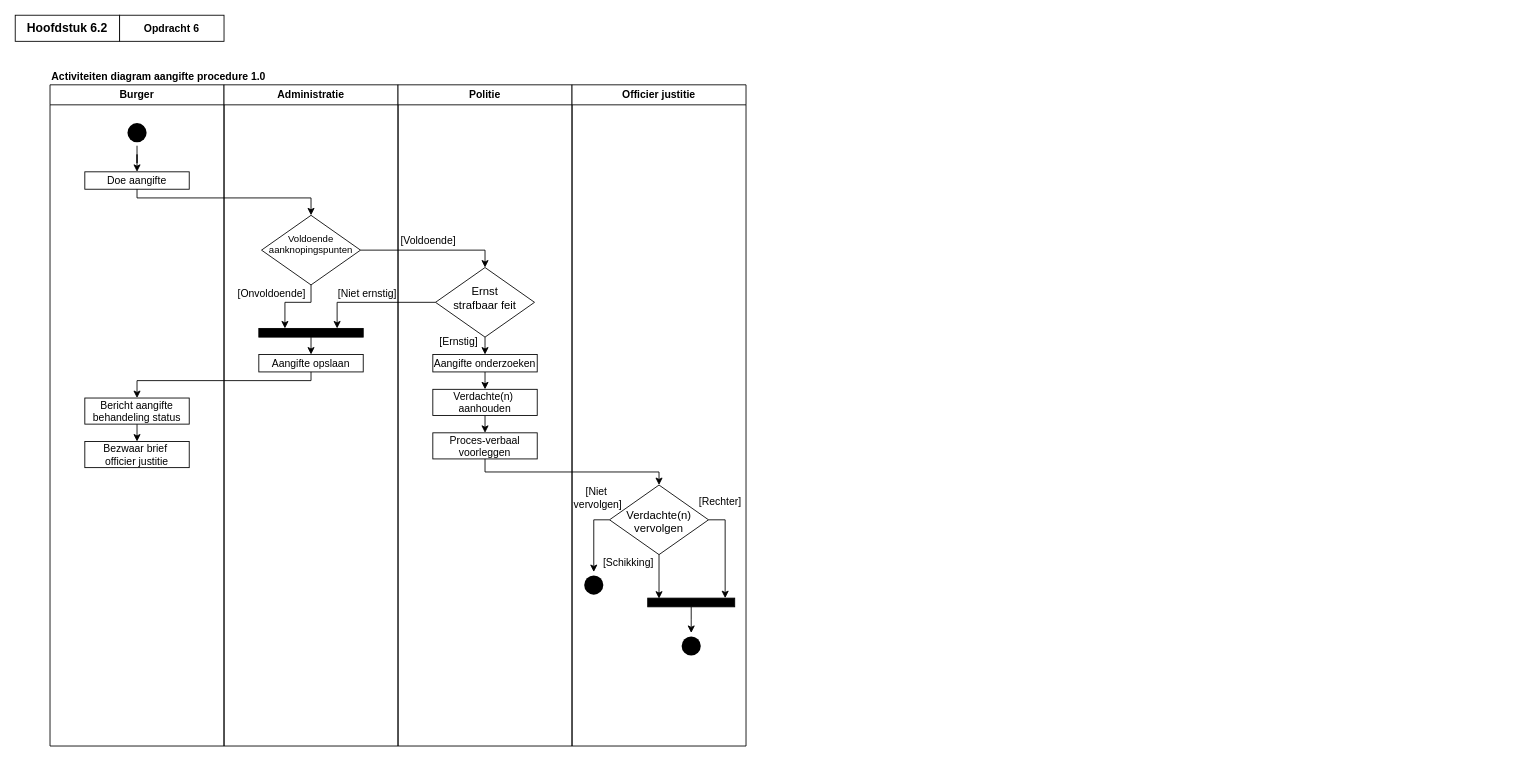
The draw.io diagram page "Opdracht6" (4 of 4) of ActivityDiagramHealthclinic.drawio in EMB20/Procesanalyse, before the edit. Source tidied: cells renumbered, new cells numbered last; positions are measured from the earlier drawing's top-left corner, leaving out a move shared by most shapes. Both pictures are drawn from the tidied source at 87%, with x=0, y=0 at pixel (15, 15).
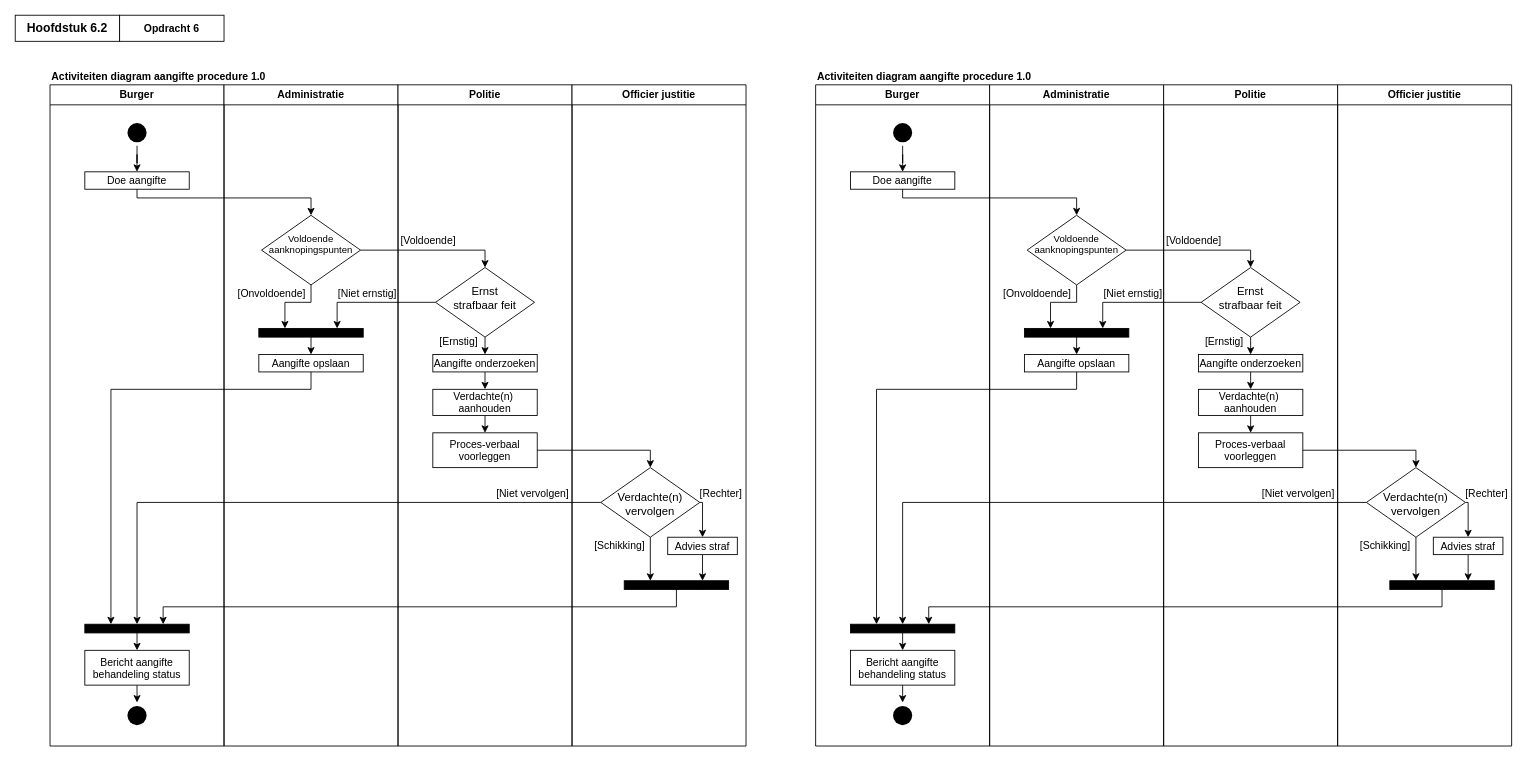
After the change.

The change refers to these unchanged cells:
```xml
<mxCell id="2" value="Burger" style="swimlane;whiteSpace=wrap;html=1;" parent="1" vertex="1">
  <mxGeometry x="40" y="80" width="200" height="760" as="geometry" />
</mxCell>
<mxCell id="10" value="Aangifte opslaan" parent="9" vertex="1">
  <mxGeometry x="40" y="310" width="120" height="20" as="geometry" />
</mxCell>
<mxCell id="21" value="Politie" style="swimlane;whiteSpace=wrap;html=1;startSize=23;" parent="1" vertex="1">
  <mxGeometry x="440" y="80" width="200" height="760" as="geometry" />
</mxCell>
<mxCell id="32" value="Officier justitie" style="swimlane;whiteSpace=wrap;html=1;startSize=23;" parent="1" vertex="1">
  <mxGeometry x="640" y="80" width="200" height="760" as="geometry" />
</mxCell>
```

What changed in the source:
```diff
@@
-    <mxCell id="3" value="Bezwaar brief &#10;officier justitie" parent="2" vertex="1">
-      <mxGeometry x="40" y="410" width="120" height="30" as="geometry" />
-    </mxCell>
@@
-    <mxCell id="7" style="edgeStyle=none;rounded=0;jettySize=auto;html=1;entryX=0.5;entryY=0;entryDx=0;entryDy=0;" parent="2" edge="1" source="8" target="3">
-      <mxGeometry relative="1" as="geometry" />
-    </mxCell>
+    <mxCell id="47" style="edgeStyle=none;rounded=0;jettySize=auto;html=1;entryX=0.5;entryY=0;entryDx=0;entryDy=0;elbow=vertical;" parent="2" edge="1" source="8" target="50">
+      <mxGeometry relative="1" as="geometry" />
+    </mxCell>
     <mxCell id="8" value="Bericht aangifte&#10;behandeling status" parent="2" vertex="1">
-      <mxGeometry x="40" y="360" width="120" height="30" as="geometry" />
+      <mxGeometry x="40" y="650" width="120" height="40" as="geometry" />
     </mxCell>
+    <mxCell id="48" style="edgeStyle=none;rounded=0;jettySize=auto;html=1;entryX=0.5;entryY=0;entryDx=0;entryDy=0;elbow=vertical;" parent="2" edge="1" source="49" target="8">
+      <mxGeometry relative="1" as="geometry" />
+    </mxCell>
+    <mxCell id="49" style="rounded=0;whiteSpace=wrap;html=1;fillColor=#000000;" parent="2" vertex="1">
+      <mxGeometry x="40" y="620" width="120" height="10" as="geometry" />
+    </mxCell>
+    <mxCell id="50" style="ellipse;shape=startState;fillColor=#000000;strokeColor=none;" parent="2" vertex="1">
+      <mxGeometry x="85" y="710" width="30" height="30" as="geometry" />
+    </mxCell>
@@
     <mxCell id="25" value="Proces-verbaal&#10;voorleggen" parent="21" vertex="1">
-      <mxGeometry x="40" y="400" width="120" height="30" as="geometry" />
+      <mxGeometry x="40" y="400" width="120" height="40" as="geometry" />
     </mxCell>
@@
+    <mxCell id="35" value="[Niet&amp;nbsp;&lt;span style=&quot;background-color: initial;&quot;&gt;vervolgen]&lt;/span&gt;" style="text;html=1;align=center;verticalAlign=middle;whiteSpace=wrap;rounded=0;" parent="21" vertex="1">
+      <mxGeometry x="110" y="460" width="90" height="20" as="geometry" />
+    </mxCell>
@@
-    <mxCell id="33" style="rounded=0;jettySize=auto;elbow=vertical;html=1;exitX=0;exitY=0.5;exitDx=0;exitDy=0;entryX=0.5;entryY=0;entryDx=0;entryDy=0;" parent="32" edge="1" source="34" target="37">
-      <mxGeometry relative="1" as="geometry">
-        <Array as="points">
-          <mxPoint x="25" y="500" />
-        </Array>
-      </mxGeometry>
-    </mxCell>
+    <mxCell id="51" style="edgeStyle=none;rounded=0;jettySize=auto;html=1;exitX=1;exitY=0.5;exitDx=0;exitDy=0;entryX=0.5;entryY=0;entryDx=0;entryDy=0;elbow=vertical;" parent="32" edge="1" source="34" target="53">
+      <mxGeometry relative="1" as="geometry">
+        <Array as="points">
+          <mxPoint x="150" y="480" />
+        </Array>
+      </mxGeometry>
+    </mxCell>
     <mxCell id="34" value="Verdachte(n)&#10;vervolgen" style="rhombus;fillColor=default;strokeColor=default;shadow=0;fontSize=13;spacingBottom=0;spacingTop=3;" parent="32" vertex="1">
-      <mxGeometry x="43.1" y="460" width="113.8" height="80" as="geometry" />
+      <mxGeometry x="33.1" y="440" width="113.8" height="80" as="geometry" />
     </mxCell>
-    <mxCell id="35" value="[Niet&amp;nbsp;&lt;div&gt;vervolgen]&lt;/div&gt;" style="text;html=1;align=center;verticalAlign=middle;whiteSpace=wrap;rounded=0;" parent="32" vertex="1">
-      <mxGeometry y="460" width="60" height="30" as="geometry" />
-    </mxCell>
     <mxCell id="36" value="[Schikking&lt;span style=&quot;background-color: initial;&quot;&gt;]&lt;/span&gt;" style="text;html=1;align=center;verticalAlign=middle;whiteSpace=wrap;rounded=0;" parent="32" vertex="1">
-      <mxGeometry x="30" y="540" width="70" height="20" as="geometry" />
+      <mxGeometry x="20" y="520" width="70" height="20" as="geometry" />
     </mxCell>
-    <mxCell id="37" style="ellipse;shape=startState;fillColor=#000000;strokeColor=none;" parent="32" vertex="1">
-      <mxGeometry x="10" y="560" width="30" height="30" as="geometry" />
-    </mxCell>
     <mxCell id="38" value="[Rechter&lt;span style=&quot;background-color: initial;&quot;&gt;]&lt;/span&gt;" style="text;html=1;align=center;verticalAlign=middle;whiteSpace=wrap;rounded=0;" parent="32" vertex="1">
-      <mxGeometry x="142" y="470" width="57" height="20" as="geometry" />
+      <mxGeometry x="143" y="460" width="57" height="20" as="geometry" />
     </mxCell>
-    <mxCell id="39" style="ellipse;shape=startState;fillColor=#000000;strokeColor=none;" parent="32" vertex="1">
-      <mxGeometry x="122" y="630" width="30" height="30" as="geometry" />
-    </mxCell>
-    <mxCell id="40" style="edgeStyle=elbowEdgeStyle;rounded=0;jettySize=auto;elbow=vertical;html=1;entryX=0.5;entryY=0;entryDx=0;entryDy=0;" parent="32" edge="1" source="41" target="39">
-      <mxGeometry relative="1" as="geometry" />
-    </mxCell>
-    <mxCell id="41" style="rounded=0;whiteSpace=wrap;html=1;fillColor=#000000;points=[[0,0,0,0,0],[0,0.25,0,0,0],[0,0.5,0,0,0],[0,0.75,0,0,0],[0,1,0,0,0],[0.11,0,0,0,0],[0.11,1,0,0,0],[0.22,0,0,0,0],[0.22,1,0,0,0],[0.25,0,0,0,0],[0.25,1,0,0,0],[0.33,0,0,0,0],[0.33,1,0,0,0],[0.44,0,0,0,0],[0.44,1,0,0,0],[0.5,0,0,0,0],[0.5,1,0,0,0],[0.56,0,0,0,0],[0.56,1,0,0,0],[0.67,0,0,0,0],[0.67,1,0,0,0],[0.75,0,0,0,0],[0.75,1,0,0,0],[0.78,0,0,0,0],[0.78,1,0,0,0],[0.89,0,0,0,0],[0.89,1,0,0,0],[1,0,0,0,0],[1,0.25,0,0,0],[1,0.5,0,0,0],[1,0.75,0,0,0],[1,1,0,0,0]];" parent="32" vertex="1">
-      <mxGeometry x="87" y="590" width="100" height="10" as="geometry" />
-    </mxCell>
-    <mxCell id="42" style="edgeStyle=none;rounded=0;jettySize=auto;html=1;exitX=1;exitY=0.5;exitDx=0;exitDy=0;entryX=0.89;entryY=0;entryDx=0;entryDy=0;entryPerimeter=0;elbow=vertical;" parent="32" edge="1" source="34" target="41">
-      <mxGeometry relative="1" as="geometry">
-        <Array as="points">
-          <mxPoint x="176" y="500" />
-        </Array>
-      </mxGeometry>
-    </mxCell>
-    <mxCell id="43" style="edgeStyle=none;rounded=0;jettySize=auto;html=1;exitX=0.5;exitY=1;exitDx=0;exitDy=0;entryX=0.13;entryY=0.058;entryDx=0;entryDy=0;entryPerimeter=0;elbow=vertical;" parent="32" edge="1" source="34" target="41">
+    <mxCell id="43" style="edgeStyle=none;rounded=0;jettySize=auto;html=1;exitX=0.5;exitY=1;exitDx=0;exitDy=0;elbow=vertical;entryX=0.25;entryY=0;entryDx=0;entryDy=0;" parent="32" edge="1" source="34" target="54">
       <mxGeometry relative="1" as="geometry" />
     </mxCell>
-    <mxCell id="44" style="edgeStyle=elbowEdgeStyle;rounded=0;jettySize=auto;html=1;entryX=0.5;entryY=0;entryDx=0;entryDy=0;elbow=vertical;" parent="1" edge="1" source="10" target="8">
-      <mxGeometry relative="1" as="geometry">
-        <Array as="points">
-          <mxPoint x="240" y="420" />
-        </Array>
-      </mxGeometry>
-    </mxCell>
+    <mxCell id="52" style="edgeStyle=none;rounded=0;jettySize=auto;html=1;entryX=0.75;entryY=0;entryDx=0;entryDy=0;elbow=vertical;" parent="32" edge="1" source="53" target="54">
+      <mxGeometry relative="1" as="geometry" />
+    </mxCell>
+    <mxCell id="53" value="Advies straf" parent="32" vertex="1">
+      <mxGeometry x="110" y="520" width="80" height="20" as="geometry" />
+    </mxCell>
+    <mxCell id="54" style="rounded=0;whiteSpace=wrap;html=1;fillColor=#000000;" parent="32" vertex="1">
+      <mxGeometry x="60" y="570" width="120" height="10" as="geometry" />
+    </mxCell>
+    <mxCell id="55" style="edgeStyle=none;rounded=0;orthogonalLoop=1;jettySize=auto;html=1;exitX=0.75;exitY=1;exitDx=0;exitDy=0;entryX=0.75;entryY=0;entryDx=0;entryDy=0;elbow=vertical;" parent="32" edge="1" source="54" target="54">
+      <mxGeometry relative="1" as="geometry" />
+    </mxCell>
@@
     <mxCell id="46" style="edgeStyle=elbowEdgeStyle;rounded=0;jettySize=auto;elbow=vertical;html=1;entryX=0.5;entryY=0;entryDx=0;entryDy=0;" parent="1" edge="1" source="25" target="34">
-      <mxGeometry relative="1" as="geometry" />
+      <mxGeometry relative="1" as="geometry">
+        <Array as="points">
+          <mxPoint x="640" y="500" />
+        </Array>
+      </mxGeometry>
     </mxCell>
+    <mxCell id="56" style="edgeStyle=none;rounded=0;jettySize=auto;html=1;exitX=0;exitY=0.5;exitDx=0;exitDy=0;entryX=0.5;entryY=0;entryDx=0;entryDy=0;elbow=vertical;" parent="1" edge="1" source="34" target="49">
+      <mxGeometry relative="1" as="geometry">
+        <Array as="points">
+          <mxPoint x="140" y="560" />
+        </Array>
+      </mxGeometry>
+    </mxCell>
+    <mxCell id="57" style="edgeStyle=none;rounded=0;jettySize=auto;html=1;exitX=0.5;exitY=1;exitDx=0;exitDy=0;entryX=0.75;entryY=0;entryDx=0;entryDy=0;elbow=vertical;" parent="1" edge="1" source="54" target="49">
+      <mxGeometry relative="1" as="geometry">
+        <Array as="points">
+          <mxPoint x="760" y="680" />
+          <mxPoint x="170" y="680" />
+        </Array>
+      </mxGeometry>
+    </mxCell>
+    <mxCell id="58" style="edgeStyle=none;rounded=0;jettySize=auto;html=1;exitX=0.5;exitY=1;exitDx=0;exitDy=0;entryX=0.25;entryY=0;entryDx=0;entryDy=0;elbow=vertical;" parent="1" edge="1" source="10" target="49">
+      <mxGeometry relative="1" as="geometry">
+        <Array as="points">
+          <mxPoint x="340" y="430" />
+          <mxPoint x="110" y="430" />
+        </Array>
+      </mxGeometry>
+    </mxCell>
+    <mxCell id="59" value="Burger" style="swimlane;whiteSpace=wrap;html=1;" parent="1" vertex="1">
+      <mxGeometry x="920" y="80" width="200" height="760" as="geometry" />
+    </mxCell>
+    <mxCell id="60" style="edgeStyle=orthogonalEdgeStyle;rounded=0;jettySize=auto;html=1;entryX=0.5;entryY=0;entryDx=0;entryDy=0;" parent="59" edge="1" source="61" target="62">
+      <mxGeometry relative="1" as="geometry" />
+    </mxCell>
+    <mxCell id="61" style="ellipse;shape=startState;fillColor=#000000;strokeColor=none;" parent="59" vertex="1">
+      <mxGeometry x="85" y="40" width="30" height="30" as="geometry" />
+    </mxCell>
+    <mxCell id="62" value="Doe aangifte" parent="59" vertex="1">
+      <mxGeometry x="40" y="100" width="120" height="20" as="geometry" />
+    </mxCell>
+    <mxCell id="63" style="edgeStyle=none;rounded=0;jettySize=auto;html=1;entryX=0.5;entryY=0;entryDx=0;entryDy=0;elbow=vertical;" parent="59" edge="1" source="64" target="67">
+      <mxGeometry relative="1" as="geometry" />
+    </mxCell>
+    <mxCell id="64" value="Bericht aangifte&#10;behandeling status" parent="59" vertex="1">
+      <mxGeometry x="40" y="650" width="120" height="40" as="geometry" />
+    </mxCell>
+    <mxCell id="65" style="edgeStyle=none;rounded=0;jettySize=auto;html=1;entryX=0.5;entryY=0;entryDx=0;entryDy=0;elbow=vertical;" parent="59" edge="1" source="66" target="64">
+      <mxGeometry relative="1" as="geometry" />
+    </mxCell>
+    <mxCell id="66" style="rounded=0;whiteSpace=wrap;html=1;fillColor=#000000;" parent="59" vertex="1">
+      <mxGeometry x="40" y="620" width="120" height="10" as="geometry" />
+    </mxCell>
+    <mxCell id="67" style="ellipse;shape=startState;fillColor=#000000;strokeColor=none;" parent="59" vertex="1">
+      <mxGeometry x="85" y="710" width="30" height="30" as="geometry" />
+    </mxCell>
+    <mxCell id="68" value="Administratie" style="swimlane;whiteSpace=wrap;html=1;" parent="1" vertex="1">
+      <mxGeometry x="1120" y="80" width="200" height="760" as="geometry" />
+    </mxCell>
+    <mxCell id="69" value="Aangifte opslaan" parent="68" vertex="1">
+      <mxGeometry x="40" y="310" width="120" height="20" as="geometry" />
+    </mxCell>
+    <mxCell id="70" value="Voldoende&#10;aanknopingspunten" style="rhombus;fillColor=default;strokeColor=default;shadow=0;fontSize=11;spacingBottom=14;" parent="68" vertex="1">
+      <mxGeometry x="43.1" y="150" width="113.8" height="80" as="geometry" />
+    </mxCell>
+    <mxCell id="71" style="edgeStyle=orthogonalEdgeStyle;rounded=0;jettySize=auto;html=1;exitX=0.5;exitY=1;exitDx=0;exitDy=0;entryX=0.25;entryY=0;entryDx=0;entryDy=0;" parent="68" edge="1" source="70" target="74">
+      <mxGeometry relative="1" as="geometry">
+        <Array as="points">
+          <mxPoint x="100" y="250" />
+          <mxPoint x="70" y="250" />
+        </Array>
+      </mxGeometry>
+    </mxCell>
+    <mxCell id="72" value="[Onvoldoende]" style="text;html=1;align=center;verticalAlign=middle;whiteSpace=wrap;rounded=0;" parent="68" vertex="1">
+      <mxGeometry x="10" y="230" width="90" height="20" as="geometry" />
+    </mxCell>
+    <mxCell id="73" style="edgeStyle=none;rounded=0;jettySize=auto;html=1;exitX=0.5;exitY=1;exitDx=0;exitDy=0;entryX=0.5;entryY=0;entryDx=0;entryDy=0;" parent="68" edge="1" source="74" target="69">
+      <mxGeometry relative="1" as="geometry" />
+    </mxCell>
+    <mxCell id="74" style="rounded=0;whiteSpace=wrap;html=1;fillColor=#000000;" parent="68" vertex="1">
+      <mxGeometry x="40" y="280" width="120" height="10" as="geometry" />
+    </mxCell>
+    <mxCell id="75" value="[Niet ernstig]" style="text;html=1;align=center;verticalAlign=middle;whiteSpace=wrap;rounded=0;" parent="68" vertex="1">
+      <mxGeometry x="130" y="230" width="70" height="20" as="geometry" />
+    </mxCell>
+    <mxCell id="76" value="Ernst&#10;strafbaar feit" style="rhombus;fillColor=default;strokeColor=default;shadow=0;fontSize=13;spacingBottom=10;" parent="68" vertex="1">
+      <mxGeometry x="243.1" y="210" width="113.8" height="80" as="geometry" />
+    </mxCell>
+    <mxCell id="77" value="[Voldoende]" style="text;html=1;align=center;verticalAlign=middle;whiteSpace=wrap;rounded=0;" parent="68" vertex="1">
+      <mxGeometry x="200" y="170" width="70" height="20" as="geometry" />
+    </mxCell>
+    <mxCell id="78" style="edgeStyle=none;rounded=0;jettySize=auto;html=1;exitX=0;exitY=0.5;exitDx=0;exitDy=0;entryX=0.75;entryY=0;entryDx=0;entryDy=0;" parent="68" edge="1" source="76" target="74">
+      <mxGeometry relative="1" as="geometry">
+        <Array as="points">
+          <mxPoint x="130" y="250" />
+          <mxPoint x="130" y="280" />
+        </Array>
+      </mxGeometry>
+    </mxCell>
+    <mxCell id="79" style="rounded=0;jettySize=auto;html=1;exitX=1;exitY=0.5;exitDx=0;exitDy=0;entryX=0.5;entryY=0;entryDx=0;entryDy=0;" parent="68" edge="1" source="70" target="76">
+      <mxGeometry relative="1" as="geometry">
+        <Array as="points">
+          <mxPoint x="300" y="190" />
+        </Array>
+      </mxGeometry>
+    </mxCell>
+    <mxCell id="80" value="Politie" style="swimlane;whiteSpace=wrap;html=1;startSize=23;" parent="1" vertex="1">
+      <mxGeometry x="1320" y="80" width="200" height="760" as="geometry" />
+    </mxCell>
+    <mxCell id="81" style="edgeStyle=elbowEdgeStyle;rounded=0;jettySize=auto;elbow=vertical;html=1;exitX=0.5;exitY=1;exitDx=0;exitDy=0;entryX=0.5;entryY=0;entryDx=0;entryDy=0;" parent="80" edge="1" source="82" target="86">
+      <mxGeometry relative="1" as="geometry" />
+    </mxCell>
+    <mxCell id="82" value="Aangifte onderzoeken" parent="80" vertex="1">
+      <mxGeometry x="40" y="310" width="120" height="20" as="geometry" />
+    </mxCell>
+    <mxCell id="83" value="[Ernstig]" style="text;html=1;align=center;verticalAlign=middle;whiteSpace=wrap;rounded=0;" parent="80" vertex="1">
+      <mxGeometry x="40" y="290" width="60" height="10" as="geometry" />
+    </mxCell>
+    <mxCell id="84" value="Proces-verbaal&#10;voorleggen" parent="80" vertex="1">
+      <mxGeometry x="40" y="400" width="120" height="40" as="geometry" />
+    </mxCell>
+    <mxCell id="85" style="edgeStyle=elbowEdgeStyle;rounded=0;jettySize=auto;elbow=vertical;html=1;exitX=0.5;exitY=1;exitDx=0;exitDy=0;entryX=0.5;entryY=0;entryDx=0;entryDy=0;" parent="80" edge="1" source="86" target="84">
+      <mxGeometry relative="1" as="geometry" />
+    </mxCell>
+    <mxCell id="86" value="Verdachte(n) &#10;aanhouden" parent="80" vertex="1">
+      <mxGeometry x="40" y="350" width="120" height="30" as="geometry" />
+    </mxCell>
+    <mxCell id="87" value="[Niet&amp;nbsp;&lt;span style=&quot;background-color: initial;&quot;&gt;vervolgen]&lt;/span&gt;" style="text;html=1;align=center;verticalAlign=middle;whiteSpace=wrap;rounded=0;" parent="80" vertex="1">
+      <mxGeometry x="110" y="460" width="90" height="20" as="geometry" />
+    </mxCell>
+    <mxCell id="88" value="&lt;font style=&quot;font-size: 12px;&quot;&gt;Activiteiten diagram aangifte procedure 1.0&lt;/font&gt;" style="text;html=1;align=left;verticalAlign=middle;whiteSpace=wrap;rounded=0;fontStyle=1;fontSize=14;" parent="1" vertex="1">
+      <mxGeometry x="920" y="60" width="300" height="20" as="geometry" />
+    </mxCell>
+    <mxCell id="89" style="edgeStyle=orthogonalEdgeStyle;rounded=0;jettySize=auto;html=1;entryX=0.5;entryY=0;entryDx=0;entryDy=0;" parent="1" edge="1" source="62" target="70">
+      <mxGeometry relative="1" as="geometry">
+        <Array as="points">
+          <mxPoint x="1020" y="210" />
+          <mxPoint x="1220" y="210" />
+        </Array>
+      </mxGeometry>
+    </mxCell>
+    <mxCell id="90" value="Officier justitie" style="swimlane;whiteSpace=wrap;html=1;startSize=23;" parent="1" vertex="1">
+      <mxGeometry x="1520" y="80" width="200" height="760" as="geometry" />
+    </mxCell>
+    <mxCell id="91" style="edgeStyle=none;rounded=0;jettySize=auto;html=1;exitX=1;exitY=0.5;exitDx=0;exitDy=0;entryX=0.5;entryY=0;entryDx=0;entryDy=0;elbow=vertical;" parent="90" edge="1" source="92" target="97">
+      <mxGeometry relative="1" as="geometry">
+        <Array as="points">
+          <mxPoint x="150" y="480" />
+        </Array>
+      </mxGeometry>
+    </mxCell>
+    <mxCell id="92" value="Verdachte(n)&#10;vervolgen" style="rhombus;fillColor=default;strokeColor=default;shadow=0;fontSize=13;spacingBottom=0;spacingTop=3;" parent="90" vertex="1">
+      <mxGeometry x="33.1" y="440" width="113.8" height="80" as="geometry" />
+    </mxCell>
+    <mxCell id="93" value="[Schikking&lt;span style=&quot;background-color: initial;&quot;&gt;]&lt;/span&gt;" style="text;html=1;align=center;verticalAlign=middle;whiteSpace=wrap;rounded=0;" parent="90" vertex="1">
+      <mxGeometry x="20" y="520" width="70" height="20" as="geometry" />
+    </mxCell>
+    <mxCell id="94" value="[Rechter&lt;span style=&quot;background-color: initial;&quot;&gt;]&lt;/span&gt;" style="text;html=1;align=center;verticalAlign=middle;whiteSpace=wrap;rounded=0;" parent="90" vertex="1">
+      <mxGeometry x="143" y="460" width="57" height="20" as="geometry" />
+    </mxCell>
+    <mxCell id="95" style="edgeStyle=none;rounded=0;jettySize=auto;html=1;exitX=0.5;exitY=1;exitDx=0;exitDy=0;elbow=vertical;entryX=0.25;entryY=0;entryDx=0;entryDy=0;" parent="90" edge="1" source="92" target="98">
+      <mxGeometry relative="1" as="geometry" />
+    </mxCell>
+    <mxCell id="96" style="edgeStyle=none;rounded=0;jettySize=auto;html=1;entryX=0.75;entryY=0;entryDx=0;entryDy=0;elbow=vertical;" parent="90" edge="1" source="97" target="98">
+      <mxGeometry relative="1" as="geometry" />
+    </mxCell>
+    <mxCell id="97" value="Advies straf" parent="90" vertex="1">
+      <mxGeometry x="110" y="520" width="80" height="20" as="geometry" />
+    </mxCell>
+    <mxCell id="98" style="rounded=0;whiteSpace=wrap;html=1;fillColor=#000000;" parent="90" vertex="1">
+      <mxGeometry x="60" y="570" width="120" height="10" as="geometry" />
+    </mxCell>
+    <mxCell id="99" style="edgeStyle=none;rounded=0;orthogonalLoop=1;jettySize=auto;html=1;exitX=0.75;exitY=1;exitDx=0;exitDy=0;entryX=0.75;entryY=0;entryDx=0;entryDy=0;elbow=vertical;" parent="90" edge="1" source="98" target="98">
+      <mxGeometry relative="1" as="geometry" />
+    </mxCell>
+    <mxCell id="100" style="edgeStyle=elbowEdgeStyle;rounded=0;jettySize=auto;elbow=vertical;html=1;entryX=0.5;entryY=0;entryDx=0;entryDy=0;" parent="1" edge="1" source="76" target="82">
+      <mxGeometry relative="1" as="geometry" />
+    </mxCell>
+    <mxCell id="101" style="edgeStyle=elbowEdgeStyle;rounded=0;jettySize=auto;elbow=vertical;html=1;entryX=0.5;entryY=0;entryDx=0;entryDy=0;" parent="1" edge="1" source="84" target="92">
+      <mxGeometry relative="1" as="geometry">
+        <Array as="points">
+          <mxPoint x="1520" y="500" />
+        </Array>
+      </mxGeometry>
+    </mxCell>
+    <mxCell id="102" style="edgeStyle=none;rounded=0;jettySize=auto;html=1;exitX=0;exitY=0.5;exitDx=0;exitDy=0;entryX=0.5;entryY=0;entryDx=0;entryDy=0;elbow=vertical;" parent="1" edge="1" source="92" target="66">
+      <mxGeometry relative="1" as="geometry">
+        <Array as="points">
+          <mxPoint x="1020" y="560" />
+        </Array>
+      </mxGeometry>
+    </mxCell>
+    <mxCell id="103" style="edgeStyle=none;rounded=0;jettySize=auto;html=1;exitX=0.5;exitY=1;exitDx=0;exitDy=0;entryX=0.75;entryY=0;entryDx=0;entryDy=0;elbow=vertical;" parent="1" edge="1" source="98" target="66">
+      <mxGeometry relative="1" as="geometry">
+        <Array as="points">
+          <mxPoint x="1640" y="680" />
+          <mxPoint x="1050" y="680" />
+        </Array>
+      </mxGeometry>
+    </mxCell>
+    <mxCell id="104" style="edgeStyle=none;rounded=0;jettySize=auto;html=1;exitX=0.5;exitY=1;exitDx=0;exitDy=0;entryX=0.25;entryY=0;entryDx=0;entryDy=0;elbow=vertical;" parent="1" edge="1" source="69" target="66">
+      <mxGeometry relative="1" as="geometry">
+        <Array as="points">
+          <mxPoint x="1220" y="430" />
+          <mxPoint x="990" y="430" />
+        </Array>
+      </mxGeometry>
+    </mxCell>
```
